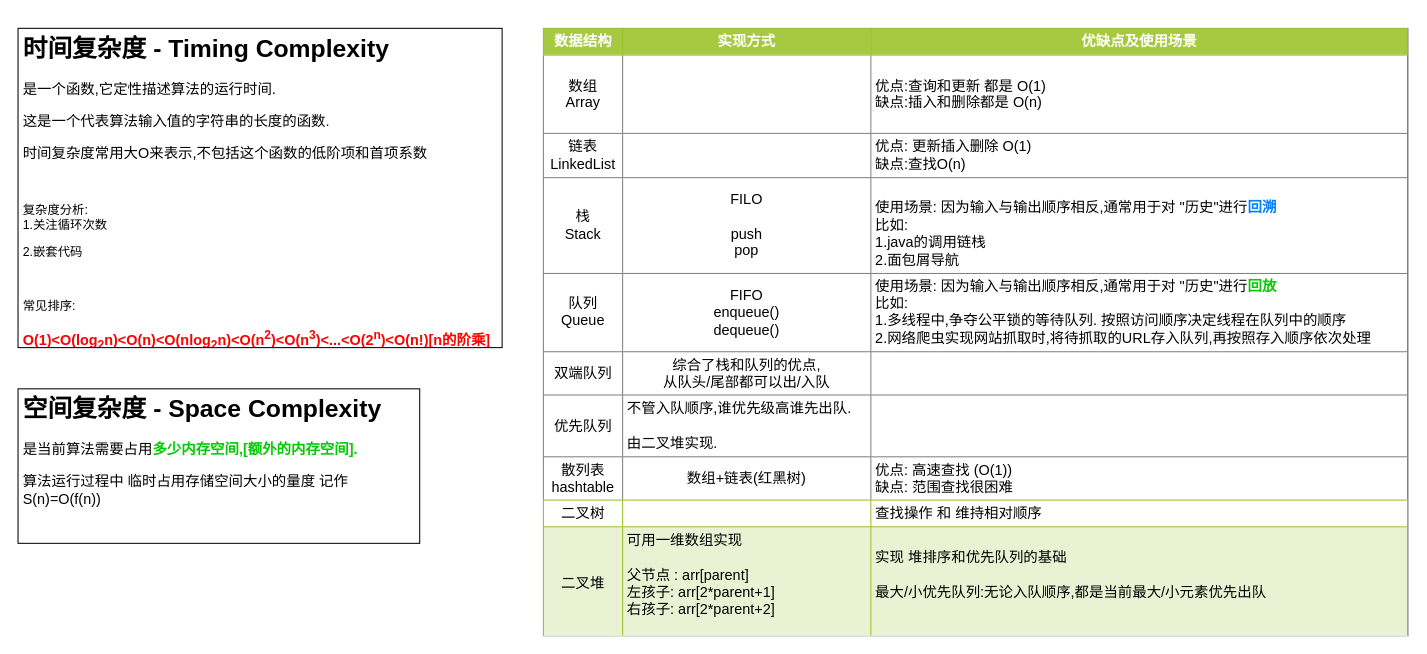
Before: page "核心概念" (1 of 2) of 算法与数据结构.drawio in bayern01kahn/Tech_Diagrams, a draw.io diagram. Source tidied: cells renumbered, new cells numbered last; positions are measured from the earlier drawing's top-left corner, leaving out a move shared by most shapes. Both pictures are drawn from the tidied source at 103%, with x=0, y=0 at pixel (18, 28).
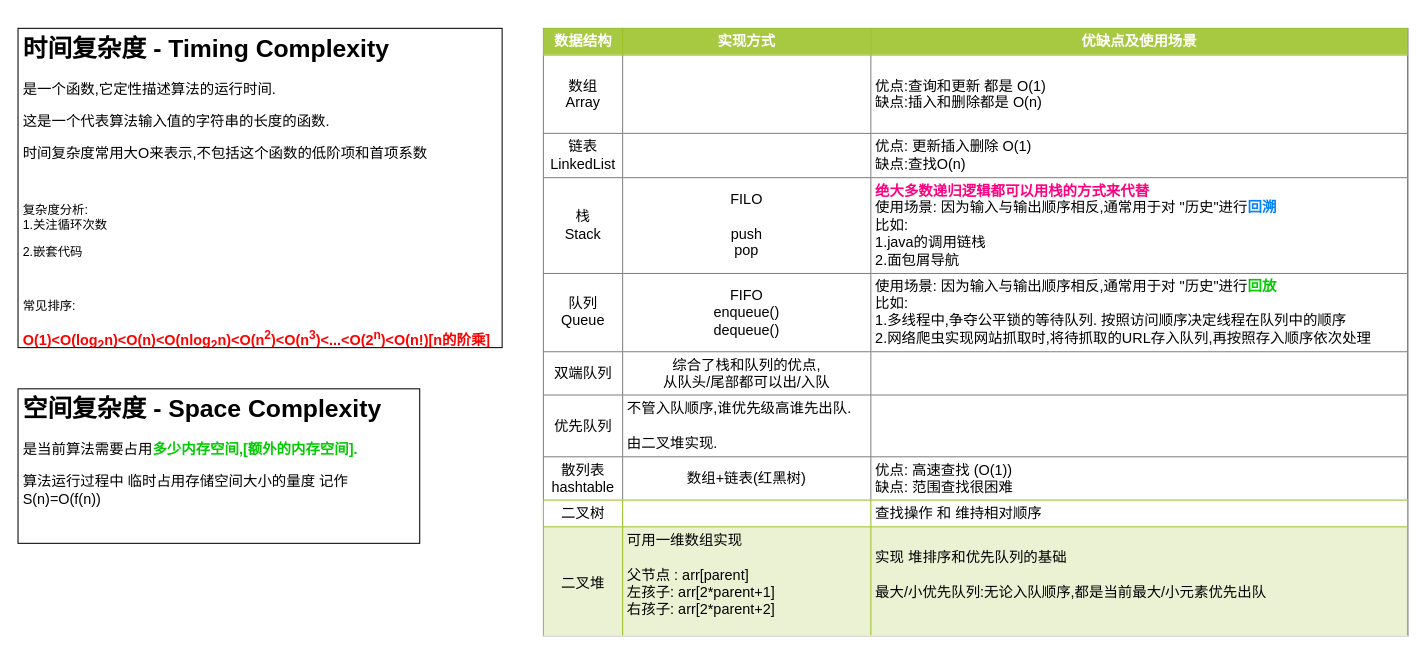
The same page after the edit.

What changed in the source:
```diff
@@
 <mxGraphModel>
   <root>
     <mxCell id="0" />
     <mxCell id="1" parent="0" />
     <mxCell id="2" value="&lt;h1&gt;时间复杂度 - Timing Complexity&lt;/h1&gt;&lt;p style=&quot;font-size: 14px&quot;&gt;&lt;font style=&quot;font-size: 14px&quot;&gt;是一个函数,它定性描述算法的运行时间.&amp;nbsp;&lt;/font&gt;&lt;/p&gt;&lt;p style=&quot;font-size: 14px&quot;&gt;&lt;font style=&quot;font-size: 14px&quot;&gt;这是一个代表算法输入值的字符串的长度的函数.&amp;nbsp;&lt;/font&gt;&lt;/p&gt;&lt;p style=&quot;font-size: 14px&quot;&gt;&lt;font style=&quot;font-size: 14px&quot;&gt;时间复杂度常用大O来表示,不包括这个函数的低阶项和首项系数&lt;/font&gt;&lt;/p&gt;&lt;p&gt;&lt;br&gt;&lt;/p&gt;&lt;p&gt;复杂度分析:&lt;br class=&quot;Apple-interchange-newline&quot;&gt;1.关注循环次数&lt;/p&gt;&lt;p&gt;2.嵌套代码&lt;/p&gt;&lt;p&gt;&lt;br&gt;&lt;/p&gt;&lt;p&gt;常见排序:&lt;br&gt;&lt;/p&gt;&lt;p style=&quot;font-size: 14px&quot;&gt;&lt;b&gt;&lt;font color=&quot;#ff0000&quot;&gt;O(1)&amp;lt;O(log&lt;sub&gt;2&lt;/sub&gt;n)&amp;lt;O(n)&amp;lt;O(nlog&lt;sub&gt;2&lt;/sub&gt;n)&amp;lt;O(n&lt;sup&gt;2&lt;/sup&gt;)&amp;lt;O(n&lt;sup&gt;3&lt;/sup&gt;)&amp;lt;...&amp;lt;O(2&lt;sup&gt;n&lt;/sup&gt;)&amp;lt;O(n!)[n的阶乘]&lt;/font&gt;&lt;/b&gt;&lt;/p&gt;" style="text;html=1;spacing=5;spacingTop=-20;whiteSpace=wrap;overflow=hidden;rounded=0;fillColor=#ffffff;strokeColor=#000000;" parent="1" vertex="1">
       <mxGeometry width="470" height="310" as="geometry" />
     </mxCell>
     <mxCell id="3" value="&lt;h1&gt;空间复杂度 - Space Complexity&lt;/h1&gt;&lt;p style=&quot;font-size: 14px&quot;&gt;&lt;font style=&quot;font-size: 14px&quot;&gt;是当前算法需要占用&lt;b&gt;&lt;font color=&quot;#00cc00&quot; style=&quot;font-size: 14px&quot;&gt;多少内存空间,[额外的内存空间].&lt;/font&gt;&lt;/b&gt;&lt;/font&gt;&lt;/p&gt;&lt;p style=&quot;font-size: 14px&quot;&gt;&lt;font style=&quot;font-size: 14px&quot;&gt;算法运行过程中 临时占用存储空间大小的量度 记作 S(n)=O(f(n))&lt;/font&gt;&lt;/p&gt;" style="text;html=1;spacing=5;spacingTop=-20;whiteSpace=wrap;overflow=hidden;rounded=0;fillColor=#ffffff;strokeColor=#000000;" parent="1" vertex="1">
       <mxGeometry y="350" width="390" height="150" as="geometry" />
     </mxCell>
-    <mxCell id="4" value="&lt;table border=&quot;1&quot; width=&quot;100%&quot; cellpadding=&quot;4&quot; style=&quot;width: 100% ; height: 100% ; border-collapse: collapse ; font-size: 14px&quot;&gt;&lt;tbody&gt;&lt;tr style=&quot;background-color: #a7c942 ; color: #ffffff ; border: 1px solid #98bf21&quot;&gt;&lt;th&gt;&lt;font style=&quot;font-size: 14px&quot;&gt;数据结构&lt;/font&gt;&lt;/th&gt;&lt;th&gt;&lt;font style=&quot;font-size: 14px&quot;&gt;实现方式&lt;/font&gt;&lt;/th&gt;&lt;th&gt;&lt;font style=&quot;font-size: 14px&quot;&gt;优缺点及使用场景&lt;/font&gt;&lt;/th&gt;&lt;/tr&gt;&lt;tr&gt;&lt;td&gt;数组&lt;br&gt;Array&lt;/td&gt;&lt;td&gt;&lt;br&gt;&lt;/td&gt;&lt;td&gt;&lt;br&gt;&lt;div style=&quot;text-align: justify&quot;&gt;&lt;span&gt;优点:查询和更新 都是 O(1)&lt;/span&gt;&lt;/div&gt;&lt;div style=&quot;text-align: justify&quot;&gt;&lt;span&gt;缺点:插入和删除都是 O(n)&lt;/span&gt;&lt;/div&gt;&lt;div style=&quot;text-align: justify&quot;&gt;&lt;br&gt;&lt;/div&gt;&lt;/td&gt;&lt;/tr&gt;&lt;tr&gt;&lt;td&gt;链表&lt;br&gt;LinkedList&lt;/td&gt;&lt;td&gt;&lt;br&gt;&lt;/td&gt;&lt;td&gt;&lt;div style=&quot;text-align: justify&quot;&gt;&lt;span&gt;优点: 更新插入删除 O(1)&lt;/span&gt;&lt;/div&gt;&lt;div style=&quot;text-align: justify&quot;&gt;&lt;span&gt;缺点:查找O(n)&lt;/span&gt;&lt;/div&gt;&lt;/td&gt;&lt;/tr&gt;&lt;tr&gt;&lt;td&gt;栈&lt;br&gt;Stack&lt;/td&gt;&lt;td&gt;FILO&lt;br&gt;&lt;br&gt;push&lt;br&gt;pop&lt;/td&gt;&lt;td&gt;&lt;div style=&quot;text-align: justify&quot;&gt;&lt;span&gt;&lt;br&gt;&lt;/span&gt;&lt;/div&gt;&lt;div style=&quot;text-align: justify&quot;&gt;&lt;span&gt;使用场景: 因为输入与输出顺序相反,通常用于对 &quot;历史&quot;进行&lt;/span&gt;&lt;b&gt;&lt;font color=&quot;#007fff&quot;&gt;回溯&lt;/font&gt;&lt;/b&gt;&lt;/div&gt;&lt;div style=&quot;text-align: justify&quot;&gt;&lt;span&gt;比如:&amp;nbsp;&lt;/span&gt;&lt;br&gt;&lt;/div&gt;&lt;div style=&quot;text-align: justify&quot;&gt;&lt;span&gt;1.java的调用链栈&amp;nbsp; &amp;nbsp;&lt;/span&gt;&lt;/div&gt;&lt;div style=&quot;text-align: justify&quot;&gt;&lt;span&gt;2.面包屑导航&amp;nbsp;&lt;/span&gt;&lt;/div&gt;&lt;/td&gt;&lt;/tr&gt;&lt;tr&gt;&lt;td&gt;队列&lt;br&gt;Queue&lt;/td&gt;&lt;td&gt;FIFO&lt;br&gt;enqueue()&lt;br&gt;dequeue()&lt;/td&gt;&lt;td&gt;&lt;div style=&quot;text-align: justify&quot;&gt;&lt;span&gt;使用场景: 因为输入与输出顺序相反,通常用于对 &quot;历史&quot;进行&lt;/span&gt;&lt;b&gt;&lt;font color=&quot;#00cc00&quot;&gt;回放&lt;/font&gt;&lt;/b&gt;&lt;/div&gt;&lt;div style=&quot;text-align: justify&quot;&gt;&lt;span&gt;比如:&amp;nbsp;&amp;nbsp;&lt;/span&gt;&lt;br&gt;&lt;/div&gt;&lt;div style=&quot;text-align: justify&quot;&gt;&lt;span&gt;1.多线程中,争夺公平锁的等待队列. 按照访问顺序决定线程在队列中的顺序&amp;nbsp;&amp;nbsp;&lt;/span&gt;&lt;/div&gt;&lt;div style=&quot;text-align: justify&quot;&gt;&lt;span&gt;2.网络爬虫实现网站抓取时,将待抓取的URL存入队列,再按照存入顺序依次处理&lt;/span&gt;&lt;/div&gt;&lt;/td&gt;&lt;/tr&gt;&lt;tr&gt;&lt;td&gt;双端队列&lt;/td&gt;&lt;td&gt;综合了栈和队列的优点,&lt;br&gt;从队头/尾部都可以出/入队&lt;/td&gt;&lt;td&gt;&lt;br&gt;&lt;/td&gt;&lt;/tr&gt;&lt;tr&gt;&lt;td&gt;优先队列&lt;/td&gt;&lt;td&gt;&lt;div style=&quot;text-align: left&quot;&gt;&lt;span&gt;不管入队顺序,谁优先级高谁先出队.&lt;/span&gt;&lt;/div&gt;&lt;div style=&quot;text-align: left&quot;&gt;&lt;br&gt;&lt;/div&gt;&lt;div style=&quot;text-align: left&quot;&gt;&lt;span&gt;由二叉堆实现.&lt;/span&gt;&lt;/div&gt;&lt;/td&gt;&lt;td&gt;&lt;br&gt;&lt;/td&gt;&lt;/tr&gt;&lt;tr&gt;&lt;td&gt;散列表&lt;br&gt;hashtable&lt;/td&gt;&lt;td&gt;数组+链表(红黑树)&lt;/td&gt;&lt;td&gt;&lt;div style=&quot;text-align: justify&quot;&gt;&lt;span&gt;优点: 高速查找 (O(1))&lt;/span&gt;&lt;/div&gt;&lt;div style=&quot;text-align: justify&quot;&gt;&lt;span&gt;缺点: 范围查找很困难&lt;/span&gt;&lt;/div&gt;&lt;/td&gt;&lt;/tr&gt;&lt;tr style=&quot;border: 1px solid #98bf21&quot;&gt;&lt;td&gt;二叉树&lt;/td&gt;&lt;td&gt;&lt;br&gt;&lt;/td&gt;&lt;td style=&quot;text-align: justify&quot;&gt;查找操作 和 维持相对顺序&lt;/td&gt;&lt;/tr&gt;&lt;tr style=&quot;background-color: #eaf2d3 ; border: 1px solid #98bf21&quot;&gt;&lt;td&gt;&lt;font style=&quot;font-size: 14px&quot;&gt;二叉堆&lt;/font&gt;&lt;/td&gt;&lt;td&gt;&lt;div style=&quot;text-align: justify&quot;&gt;可用一维数组实现&lt;/div&gt;&lt;div style=&quot;text-align: justify&quot;&gt;&lt;br&gt;&lt;/div&gt;&lt;div style=&quot;text-align: justify&quot;&gt;父节点 : arr[parent]&lt;/div&gt;&lt;div style=&quot;text-align: justify&quot;&gt;左孩子: arr[2*parent+1]&lt;/div&gt;&lt;div style=&quot;text-align: justify&quot;&gt;右孩子: arr[2*parent+2]&lt;/div&gt;&lt;div style=&quot;text-align: left&quot;&gt;&lt;br&gt;&lt;/div&gt;&lt;/td&gt;&lt;td&gt;&lt;div style=&quot;text-align: justify&quot;&gt;实现 堆排序和优先队列的基础&lt;/div&gt;&lt;div style=&quot;text-align: justify&quot;&gt;&lt;br&gt;&lt;/div&gt;&lt;div style=&quot;text-align: justify&quot;&gt;最大/小优先队列:无论入队顺序,都是当前最大/小元素优先出队&lt;/div&gt;&lt;div style=&quot;text-align: justify&quot;&gt;&lt;br&gt;&lt;/div&gt;&lt;/td&gt;&lt;/tr&gt;&lt;/tbody&gt;&lt;/table&gt;" style="text;html=1;strokeColor=#c0c0c0;fillColor=#ffffff;overflow=fill;rounded=0;align=center;" parent="1" vertex="1">
+    <mxCell id="4" value="&lt;table border=&quot;1&quot; width=&quot;100%&quot; cellpadding=&quot;4&quot; style=&quot;width: 100% ; height: 100% ; border-collapse: collapse ; font-size: 14px&quot;&gt;&lt;tbody&gt;&lt;tr style=&quot;background-color: #a7c942 ; color: #ffffff ; border: 1px solid #98bf21&quot;&gt;&lt;th&gt;&lt;font style=&quot;font-size: 14px&quot;&gt;数据结构&lt;/font&gt;&lt;/th&gt;&lt;th&gt;&lt;font style=&quot;font-size: 14px&quot;&gt;实现方式&lt;/font&gt;&lt;/th&gt;&lt;th&gt;&lt;font style=&quot;font-size: 14px&quot;&gt;优缺点及使用场景&lt;/font&gt;&lt;/th&gt;&lt;/tr&gt;&lt;tr&gt;&lt;td&gt;数组&lt;br&gt;Array&lt;/td&gt;&lt;td&gt;&lt;br&gt;&lt;/td&gt;&lt;td&gt;&lt;br&gt;&lt;div style=&quot;text-align: justify&quot;&gt;&lt;span&gt;优点:查询和更新 都是 O(1)&lt;/span&gt;&lt;/div&gt;&lt;div style=&quot;text-align: justify&quot;&gt;&lt;span&gt;缺点:插入和删除都是 O(n)&lt;/span&gt;&lt;/div&gt;&lt;div style=&quot;text-align: justify&quot;&gt;&lt;br&gt;&lt;/div&gt;&lt;/td&gt;&lt;/tr&gt;&lt;tr&gt;&lt;td&gt;链表&lt;br&gt;LinkedList&lt;/td&gt;&lt;td&gt;&lt;br&gt;&lt;/td&gt;&lt;td&gt;&lt;div style=&quot;text-align: justify&quot;&gt;&lt;span&gt;优点: 更新插入删除 O(1)&lt;/span&gt;&lt;/div&gt;&lt;div style=&quot;text-align: justify&quot;&gt;&lt;span&gt;缺点:查找O(n)&lt;/span&gt;&lt;/div&gt;&lt;/td&gt;&lt;/tr&gt;&lt;tr&gt;&lt;td&gt;栈&lt;br&gt;Stack&lt;/td&gt;&lt;td&gt;FILO&lt;br&gt;&lt;br&gt;push&lt;br&gt;pop&lt;/td&gt;&lt;td&gt;&lt;div style=&quot;text-align: justify&quot;&gt;&lt;span&gt;&lt;b&gt;&lt;font color=&quot;#ff0080&quot;&gt;绝大多数递归逻辑都可以用栈的方式来代替&lt;/font&gt;&lt;/b&gt;&lt;/span&gt;&lt;/div&gt;&lt;div style=&quot;text-align: justify&quot;&gt;&lt;span&gt;使用场景: 因为输入与输出顺序相反,通常用于对 &quot;历史&quot;进行&lt;/span&gt;&lt;b&gt;&lt;font color=&quot;#007fff&quot;&gt;回溯&lt;/font&gt;&lt;/b&gt;&lt;/div&gt;&lt;div style=&quot;text-align: justify&quot;&gt;&lt;span&gt;比如:&amp;nbsp;&lt;/span&gt;&lt;br&gt;&lt;/div&gt;&lt;div style=&quot;text-align: justify&quot;&gt;&lt;span&gt;1.java的调用链栈&amp;nbsp; &amp;nbsp;&lt;/span&gt;&lt;/div&gt;&lt;div style=&quot;text-align: justify&quot;&gt;&lt;span&gt;2.面包屑导航&amp;nbsp;&lt;/span&gt;&lt;/div&gt;&lt;/td&gt;&lt;/tr&gt;&lt;tr&gt;&lt;td&gt;队列&lt;br&gt;Queue&lt;/td&gt;&lt;td&gt;FIFO&lt;br&gt;enqueue()&lt;br&gt;dequeue()&lt;/td&gt;&lt;td&gt;&lt;div style=&quot;text-align: justify&quot;&gt;&lt;span&gt;使用场景: 因为输入与输出顺序相反,通常用于对 &quot;历史&quot;进行&lt;/span&gt;&lt;b&gt;&lt;font color=&quot;#00cc00&quot;&gt;回放&lt;/font&gt;&lt;/b&gt;&lt;/div&gt;&lt;div style=&quot;text-align: justify&quot;&gt;&lt;span&gt;比如:&amp;nbsp;&amp;nbsp;&lt;/span&gt;&lt;br&gt;&lt;/div&gt;&lt;div style=&quot;text-align: justify&quot;&gt;&lt;span&gt;1.多线程中,争夺公平锁的等待队列. 按照访问顺序决定线程在队列中的顺序&amp;nbsp;&amp;nbsp;&lt;/span&gt;&lt;/div&gt;&lt;div style=&quot;text-align: justify&quot;&gt;&lt;span&gt;2.网络爬虫实现网站抓取时,将待抓取的URL存入队列,再按照存入顺序依次处理&lt;/span&gt;&lt;/div&gt;&lt;/td&gt;&lt;/tr&gt;&lt;tr&gt;&lt;td&gt;双端队列&lt;/td&gt;&lt;td&gt;综合了栈和队列的优点,&lt;br&gt;从队头/尾部都可以出/入队&lt;/td&gt;&lt;td&gt;&lt;br&gt;&lt;/td&gt;&lt;/tr&gt;&lt;tr&gt;&lt;td&gt;优先队列&lt;/td&gt;&lt;td&gt;&lt;div style=&quot;text-align: left&quot;&gt;&lt;span&gt;不管入队顺序,谁优先级高谁先出队.&lt;/span&gt;&lt;/div&gt;&lt;div style=&quot;text-align: left&quot;&gt;&lt;br&gt;&lt;/div&gt;&lt;div style=&quot;text-align: left&quot;&gt;&lt;span&gt;由二叉堆实现.&lt;/span&gt;&lt;/div&gt;&lt;/td&gt;&lt;td&gt;&lt;br&gt;&lt;/td&gt;&lt;/tr&gt;&lt;tr&gt;&lt;td&gt;散列表&lt;br&gt;hashtable&lt;/td&gt;&lt;td&gt;数组+链表(红黑树)&lt;/td&gt;&lt;td&gt;&lt;div style=&quot;text-align: justify&quot;&gt;&lt;span&gt;优点: 高速查找 (O(1))&lt;/span&gt;&lt;/div&gt;&lt;div style=&quot;text-align: justify&quot;&gt;&lt;span&gt;缺点: 范围查找很困难&lt;/span&gt;&lt;/div&gt;&lt;/td&gt;&lt;/tr&gt;&lt;tr style=&quot;border: 1px solid #98bf21&quot;&gt;&lt;td&gt;二叉树&lt;/td&gt;&lt;td&gt;&lt;br&gt;&lt;/td&gt;&lt;td style=&quot;text-align: justify&quot;&gt;查找操作 和 维持相对顺序&lt;/td&gt;&lt;/tr&gt;&lt;tr style=&quot;background-color: #eaf2d3 ; border: 1px solid #98bf21&quot;&gt;&lt;td&gt;&lt;font style=&quot;font-size: 14px&quot;&gt;二叉堆&lt;/font&gt;&lt;/td&gt;&lt;td&gt;&lt;div style=&quot;text-align: justify&quot;&gt;可用一维数组实现&lt;/div&gt;&lt;div style=&quot;text-align: justify&quot;&gt;&lt;br&gt;&lt;/div&gt;&lt;div style=&quot;text-align: justify&quot;&gt;父节点 : arr[parent]&lt;/div&gt;&lt;div style=&quot;text-align: justify&quot;&gt;左孩子: arr[2*parent+1]&lt;/div&gt;&lt;div style=&quot;text-align: justify&quot;&gt;右孩子: arr[2*parent+2]&lt;/div&gt;&lt;div style=&quot;text-align: left&quot;&gt;&lt;br&gt;&lt;/div&gt;&lt;/td&gt;&lt;td&gt;&lt;div style=&quot;text-align: justify&quot;&gt;实现 堆排序和优先队列的基础&lt;/div&gt;&lt;div style=&quot;text-align: justify&quot;&gt;&lt;br&gt;&lt;/div&gt;&lt;div style=&quot;text-align: justify&quot;&gt;最大/小优先队列:无论入队顺序,都是当前最大/小元素优先出队&lt;/div&gt;&lt;div style=&quot;text-align: justify&quot;&gt;&lt;br&gt;&lt;/div&gt;&lt;/td&gt;&lt;/tr&gt;&lt;/tbody&gt;&lt;/table&gt;" style="text;html=1;strokeColor=#c0c0c0;fillColor=#ffffff;overflow=fill;rounded=0;align=center;" parent="1" vertex="1">
       <mxGeometry x="510" width="840" height="590" as="geometry" />
     </mxCell>
   </root>
 </mxGraphModel>
```
